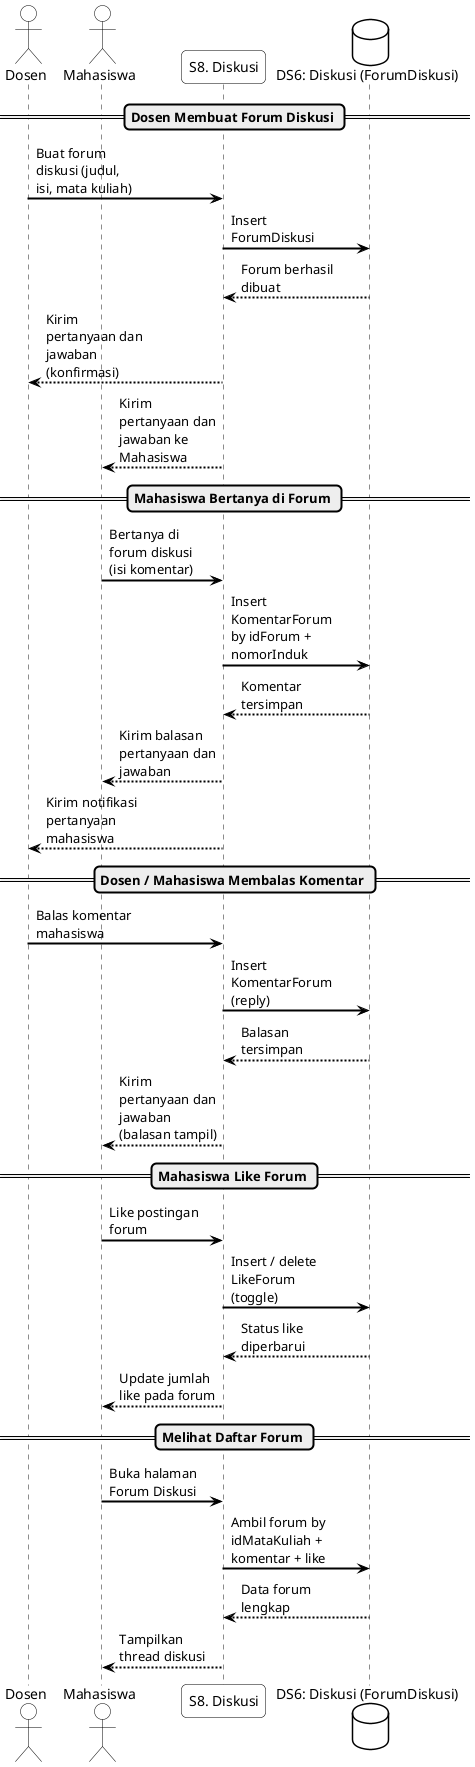
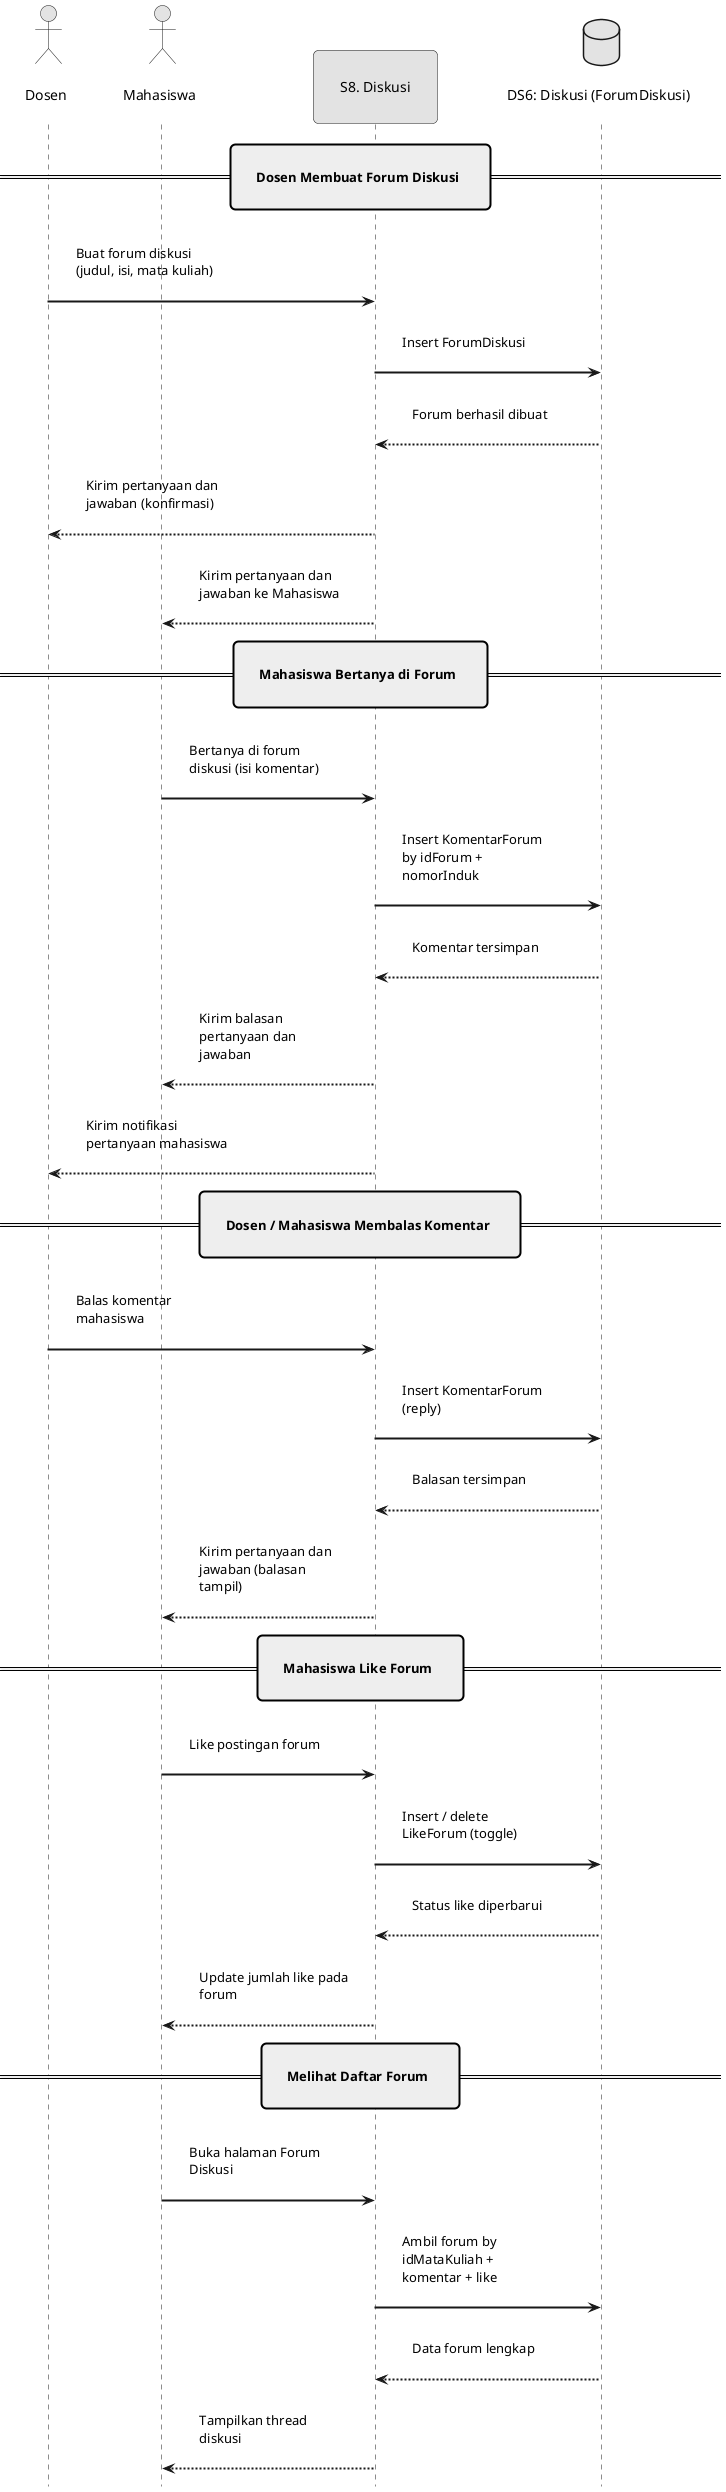
@startuml S8 - Diskusi
+ hide footbox

+ skinparam monochrome true
+ skinparam Padding 20
+ skinparam ParticipantPadding 40
skinparam sequenceArrowThickness 2
skinparam roundcorner 10
- skinparam maxmessagesize 100
- skinparam backgroundColor #FFFFFF
- skinparam ArrowColor #000000
- skinparam BorderColor #000000
- skinparam ParticipantBackgroundColor #FFFFFF
- skinparam ParticipantBorderColor #000000
- skinparam ParticipantFontColor #000000
- skinparam ActorBackgroundColor #FFFFFF
- skinparam ActorBorderColor #000000
- skinparam ActorFontColor #000000
- skinparam DatabaseBackgroundColor #FFFFFF
- skinparam DatabaseBorderColor #000000
- skinparam DatabaseFontColor #000000
- skinparam BoxBackgroundColor #FFFFFF
- skinparam BoxBorderColor #000000
- skinparam BoxFontColor #000000
- skinparam LifeLineBorderColor #000000
- skinparam LifeLineBackgroundColor #FFFFFF
- skinparam NoteBackgroundColor #FFFFFF
- skinparam NoteBorderColor #000000
- skinparam NoteFontColor #000000
+ skinparam maxmessagesize 150

actor Dosen
actor Mahasiswa
participant "S8. Diskusi" as Diskusi
database "DS6: Diskusi (ForumDiskusi)" as DBDiskusi

== Dosen Membuat Forum Diskusi ==

Dosen -> Diskusi : Buat forum diskusi (judul, isi, mata kuliah)
Diskusi -> DBDiskusi : Insert ForumDiskusi
DBDiskusi --> Diskusi : Forum berhasil dibuat
Diskusi --> Dosen : Kirim pertanyaan dan jawaban (konfirmasi)
Diskusi --> Mahasiswa : Kirim pertanyaan dan jawaban ke Mahasiswa

== Mahasiswa Bertanya di Forum ==

Mahasiswa -> Diskusi : Bertanya di forum diskusi (isi komentar)
Diskusi -> DBDiskusi : Insert KomentarForum by idForum + nomorInduk
DBDiskusi --> Diskusi : Komentar tersimpan
Diskusi --> Mahasiswa : Kirim balasan pertanyaan dan jawaban
Diskusi --> Dosen : Kirim notifikasi pertanyaan mahasiswa

== Dosen / Mahasiswa Membalas Komentar ==

Dosen -> Diskusi : Balas komentar mahasiswa
Diskusi -> DBDiskusi : Insert KomentarForum (reply)
DBDiskusi --> Diskusi : Balasan tersimpan
Diskusi --> Mahasiswa : Kirim pertanyaan dan jawaban (balasan tampil)

== Mahasiswa Like Forum ==

Mahasiswa -> Diskusi : Like postingan forum
Diskusi -> DBDiskusi : Insert / delete LikeForum (toggle)
DBDiskusi --> Diskusi : Status like diperbarui
Diskusi --> Mahasiswa : Update jumlah like pada forum

== Melihat Daftar Forum ==

Mahasiswa -> Diskusi : Buka halaman Forum Diskusi
Diskusi -> DBDiskusi : Ambil forum by idMataKuliah + komentar + like
DBDiskusi --> Diskusi : Data forum lengkap
Diskusi --> Mahasiswa : Tampilkan thread diskusi

@enduml
